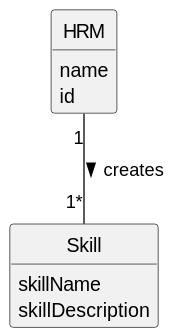
Earlier version of the PlantUML export docs/sprintA/us001/02.analysis/svg/us001-domain-model.svg (Departamento-de-Engenharia-Informatica/lei-24-s2-1dm-g132).
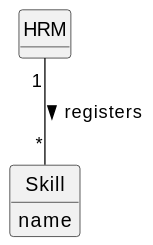
The same file after the commit.

What changed in the source:
```diff
@@ -11,15 +11,11 @@
 
 
 class HRM {
-    name
-    id
 }
 
 class Skill {
-    skillName
-    skillDescription
-
+    name
 }
 
-HRM "1" -- "1*" Skill : creates >
+HRM "1" -- "*" Skill : registers >
 @enduml
```
